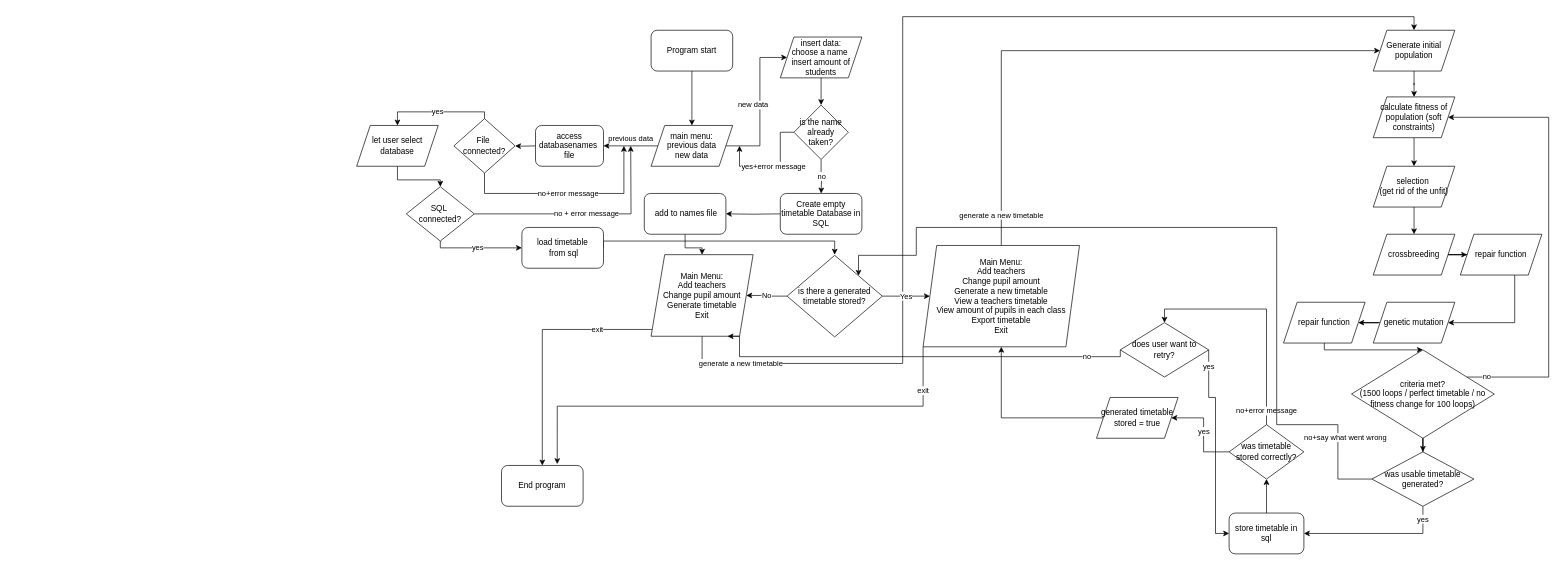
Before: NEA.drawio in Fsmart2164/NEA-v1, a draw.io diagram. Source tidied: cells renumbered, new cells numbered last; positions are measured from the earlier drawing's top-left corner, leaving out a move shared by most shapes. Both pictures are drawn from the tidied source at 68%, with x=0, y=0 at pixel (356, 16).
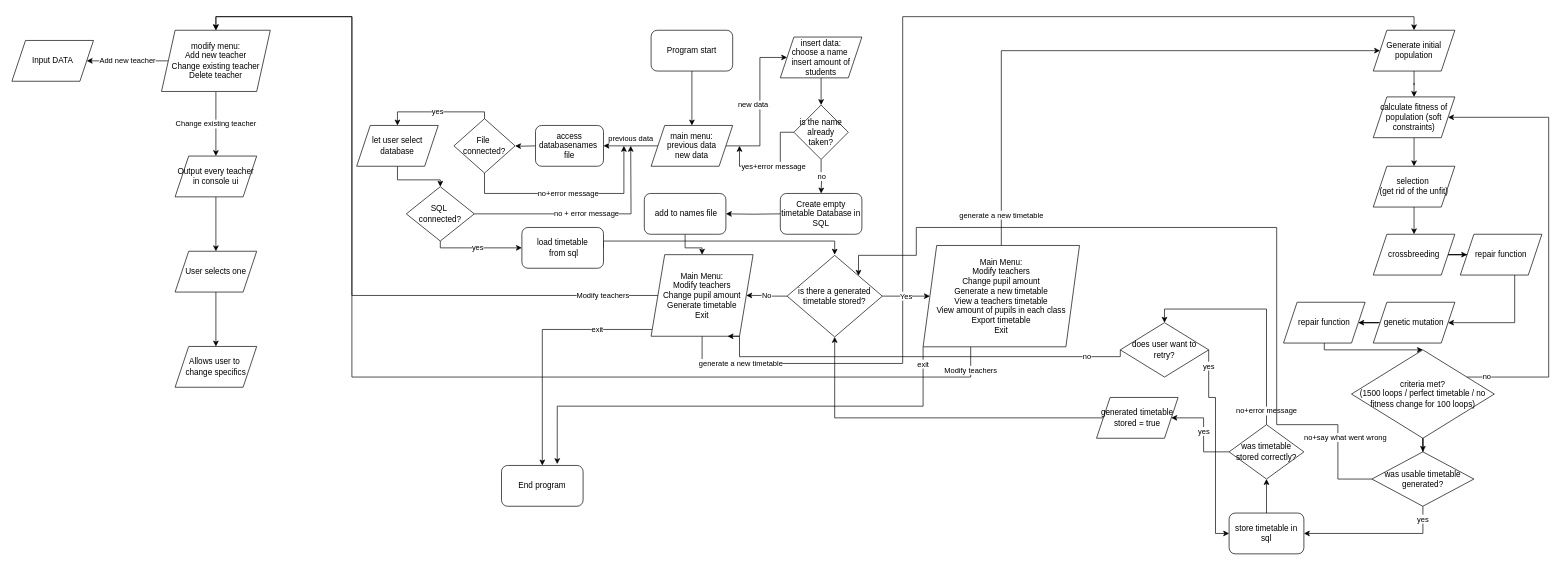
The same page after the edit.

The change refers to these unchanged cells:
```xml
<mxCell id="21" value="is there a generated timetable stored?" style="rhombus;whiteSpace=wrap;html=1;" parent="1" vertex="1">
  <mxGeometry x="633" y="351" width="140" height="120" as="geometry" />
</mxCell>
<mxCell id="48" value="generated timetable stored = true" style="shape=parallelogram;perimeter=parallelogramPerimeter;whiteSpace=wrap;html=1;fixedSize=1;" parent="1" vertex="1">
  <mxGeometry x="1088" y="560" width="120" height="60" as="geometry" />
</mxCell>
<mxCell id="52" value="End program" style="rounded=1;whiteSpace=wrap;html=1;" parent="1" vertex="1">
  <mxGeometry x="213" y="660" width="120" height="60" as="geometry" />
</mxCell>
```

The edit, as a diff of the source:
```diff
@@
+    <mxCell id="69" value="Modify teachers" style="edgeStyle=orthogonalEdgeStyle;rounded=0;jettySize=auto;html=1;entryX=0.5;entryY=0;entryDx=0;entryDy=0;" parent="1" edge="1" source="18" target="73">
+      <mxGeometry x="-0.85" relative="1" as="geometry">
+        <Array as="points">
+          <mxPoint x="-7" y="410" />
+          <mxPoint x="-7" />
+          <mxPoint x="-207" />
+        </Array>
+      </mxGeometry>
+    </mxCell>
-    <mxCell id="18" value="Main Menu:&lt;div&gt;Add teachers&lt;/div&gt;&lt;div&gt;&lt;span style=&quot;background-color: transparent; color: light-dark(rgb(0, 0, 0), rgb(255, 255, 255));&quot;&gt;Change pupil amount&lt;/span&gt;&lt;/div&gt;&lt;div&gt;&lt;div&gt;Generate timetable&lt;/div&gt;&lt;/div&gt;&lt;div&gt;Exit&lt;/div&gt;" style="shape=parallelogram;perimeter=parallelogramPerimeter;whiteSpace=wrap;html=1;fixedSize=1;" parent="1" vertex="1">
+    <mxCell id="18" value="Main Menu:&lt;br&gt;&lt;div&gt;&lt;span style=&quot;background-color: transparent; color: light-dark(rgb(0, 0, 0), rgb(255, 255, 255));&quot;&gt;Modify&amp;nbsp;&lt;/span&gt;teachers&lt;/div&gt;&lt;div&gt;&lt;span style=&quot;background-color: transparent; color: light-dark(rgb(0, 0, 0), rgb(255, 255, 255));&quot;&gt;Change pupil amount&lt;/span&gt;&lt;/div&gt;&lt;div&gt;&lt;div&gt;Generate timetable&lt;/div&gt;&lt;/div&gt;&lt;div&gt;Exit&lt;/div&gt;" style="shape=parallelogram;perimeter=parallelogramPerimeter;whiteSpace=wrap;html=1;fixedSize=1;" parent="1" vertex="1">
       <mxGeometry x="433" y="350" width="150" height="120" as="geometry" />
     </mxCell>
@@
+    <mxCell id="70" value="Modify teachers" style="edgeStyle=orthogonalEdgeStyle;rounded=0;jettySize=auto;html=1;entryX=0.5;entryY=0;entryDx=0;entryDy=0;" parent="1" edge="1" source="23" target="73">
+      <mxGeometry x="-0.96" relative="1" as="geometry">
+        <Array as="points">
+          <mxPoint x="903" y="530" />
+          <mxPoint x="-7" y="530" />
+          <mxPoint x="-7" />
+          <mxPoint x="-207" />
+        </Array>
+      </mxGeometry>
+    </mxCell>
-    <mxCell id="23" value="Main Menu:&lt;div&gt;Add teachers&lt;/div&gt;&lt;div&gt;Change pupil amount&lt;/div&gt;&lt;div&gt;Generate a new timetable&lt;/div&gt;&lt;div&gt;View a teachers timetable&lt;/div&gt;&lt;div&gt;View amount of pupils in each class&lt;/div&gt;&lt;div&gt;&lt;div&gt;Export timetable&lt;/div&gt;&lt;div&gt;&lt;span style=&quot;background-color: transparent; color: light-dark(rgb(0, 0, 0), rgb(255, 255, 255));&quot;&gt;Exit&lt;/span&gt;&lt;/div&gt;&lt;/div&gt;" style="shape=parallelogram;perimeter=parallelogramPerimeter;whiteSpace=wrap;html=1;fixedSize=1;" parent="1" vertex="1">
+    <mxCell id="23" value="Main Menu:&lt;br&gt;&lt;div&gt;&lt;span style=&quot;background-color: transparent; color: light-dark(rgb(0, 0, 0), rgb(255, 255, 255));&quot;&gt;Modify&amp;nbsp;&lt;/span&gt;teachers&lt;/div&gt;&lt;div&gt;Change pupil amount&lt;/div&gt;&lt;div&gt;Generate a new timetable&lt;/div&gt;&lt;div&gt;View a teachers timetable&lt;/div&gt;&lt;div&gt;View amount of pupils in each class&lt;/div&gt;&lt;div&gt;&lt;div&gt;Export timetable&lt;/div&gt;&lt;div&gt;&lt;span style=&quot;background-color: transparent; color: light-dark(rgb(0, 0, 0), rgb(255, 255, 255));&quot;&gt;Exit&lt;/span&gt;&lt;/div&gt;&lt;/div&gt;" style="shape=parallelogram;perimeter=parallelogramPerimeter;whiteSpace=wrap;html=1;fixedSize=1;" parent="1" vertex="1">
       <mxGeometry x="833" y="336.5" width="230" height="149" as="geometry" />
     </mxCell>
@@
-    <mxCell id="47" style="edgeStyle=orthogonalEdgeStyle;rounded=0;jettySize=auto;html=1;entryX=0.5;entryY=1;entryDx=0;entryDy=0;" parent="1" edge="1" source="48" target="23">
+    <mxCell id="47" style="edgeStyle=orthogonalEdgeStyle;rounded=0;jettySize=auto;html=1;entryX=0.5;entryY=1;entryDx=0;entryDy=0;" parent="1" edge="1" source="48" target="21">
       <mxGeometry relative="1" as="geometry" />
     </mxCell>
@@
     <mxCell id="53" value="exit" style="edgeStyle=orthogonalEdgeStyle;rounded=0;jettySize=auto;html=1;entryX=0.683;entryY=-0.033;entryDx=0;entryDy=0;entryPerimeter=0;exitX=0;exitY=1;exitDx=0;exitDy=0;" parent="1" edge="1" source="23" target="52">
-      <mxGeometry x="-0.82" relative="1" as="geometry" />
+      <mxGeometry x="-0.93" relative="1" as="geometry" />
     </mxCell>
@@
+    <mxCell id="71" value="Add new teacher" style="edgeStyle=orthogonalEdgeStyle;rounded=0;jettySize=auto;html=1;" parent="1" edge="1" source="73" target="74">
+      <mxGeometry relative="1" as="geometry" />
+    </mxCell>
+    <mxCell id="72" value="Change existing teacher" style="edgeStyle=orthogonalEdgeStyle;rounded=0;jettySize=auto;html=1;" parent="1" edge="1" source="73" target="76">
+      <mxGeometry relative="1" as="geometry" />
+    </mxCell>
+    <mxCell id="73" value="modify menu:&lt;div&gt;Add new teacher&lt;/div&gt;&lt;div&gt;Change existing teacher&lt;/div&gt;&lt;div&gt;Delete teacher&lt;/div&gt;" style="shape=parallelogram;perimeter=parallelogramPerimeter;whiteSpace=wrap;html=1;fixedSize=1;" parent="1" vertex="1">
+      <mxGeometry x="-287" y="20" width="160" height="90" as="geometry" />
+    </mxCell>
+    <mxCell id="74" value="&lt;div&gt;&lt;span style=&quot;background-color: transparent; color: light-dark(rgb(0, 0, 0), rgb(255, 255, 255));&quot;&gt;Input DATA&lt;/span&gt;&lt;/div&gt;" style="shape=parallelogram;perimeter=parallelogramPerimeter;whiteSpace=wrap;html=1;fixedSize=1;" parent="1" vertex="1">
+      <mxGeometry x="-507" y="35" width="120" height="60" as="geometry" />
+    </mxCell>
+    <mxCell id="75" style="edgeStyle=orthogonalEdgeStyle;rounded=0;jettySize=auto;html=1;" parent="1" edge="1" source="76" target="78">
+      <mxGeometry relative="1" as="geometry" />
+    </mxCell>
+    <mxCell id="76" value="Output every teacher in console ui" style="shape=parallelogram;perimeter=parallelogramPerimeter;whiteSpace=wrap;html=1;fixedSize=1;" parent="1" vertex="1">
+      <mxGeometry x="-267" y="205" width="120" height="60" as="geometry" />
+    </mxCell>
+    <mxCell id="77" style="edgeStyle=orthogonalEdgeStyle;rounded=0;jettySize=auto;html=1;" parent="1" edge="1" source="78" target="79">
+      <mxGeometry relative="1" as="geometry" />
+    </mxCell>
+    <mxCell id="78" value="User selects one" style="shape=parallelogram;perimeter=parallelogramPerimeter;whiteSpace=wrap;html=1;fixedSize=1;" parent="1" vertex="1">
+      <mxGeometry x="-267" y="345" width="120" height="60" as="geometry" />
+    </mxCell>
+    <mxCell id="79" value="Allows user to&amp;nbsp;&lt;div&gt;change specifics&lt;/div&gt;" style="shape=parallelogram;perimeter=parallelogramPerimeter;whiteSpace=wrap;html=1;fixedSize=1;" parent="1" vertex="1">
+      <mxGeometry x="-267" y="485" width="120" height="60" as="geometry" />
+    </mxCell>
```
